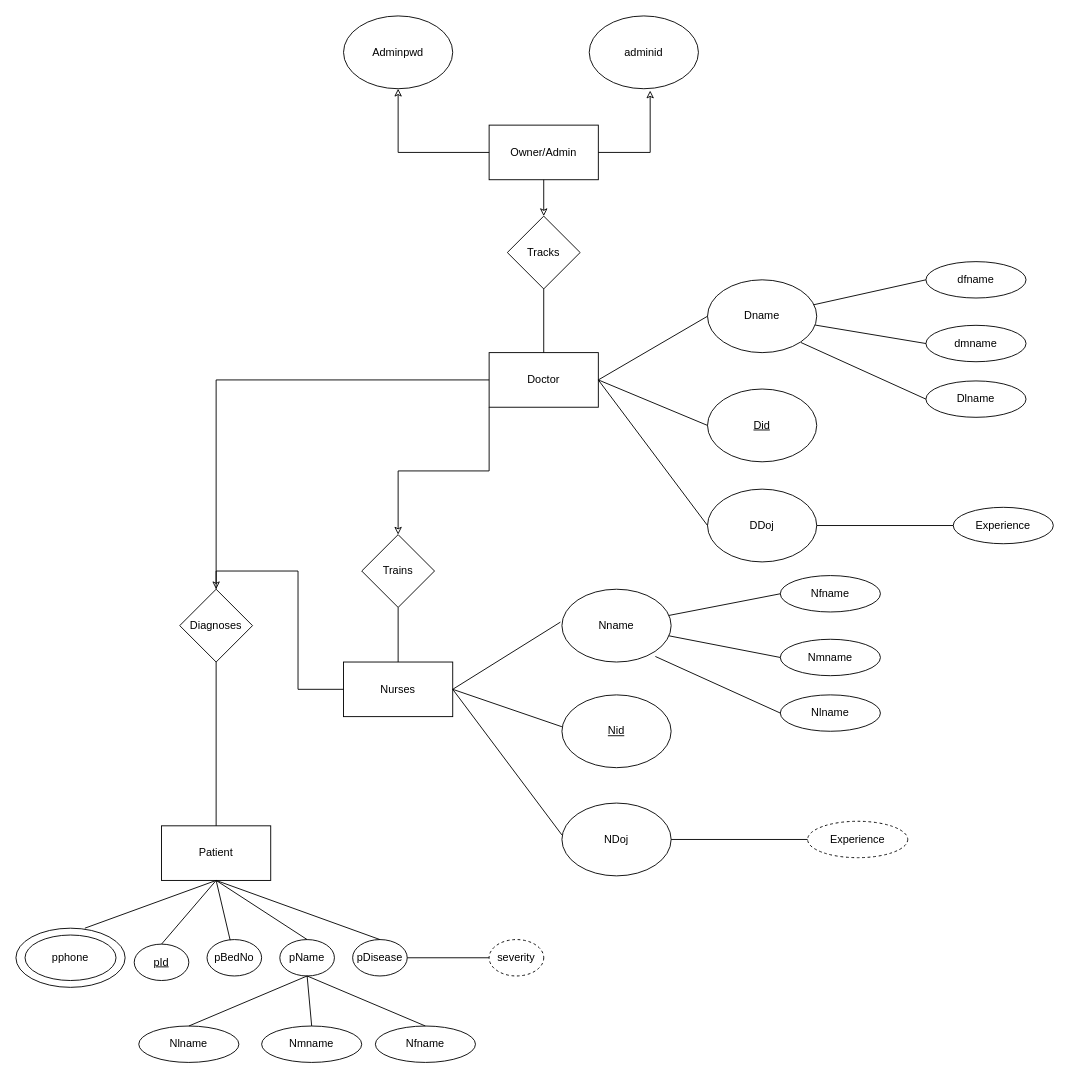
Above: ER-02.drawio in AdityaLawate/CP-C-31 (draw.io), before the change. Source tidied: cells renumbered, new cells numbered last; positions are measured from the earlier drawing's top-left corner, leaving out a move shared by most shapes. Both pictures are drawn from the tidied source at 91%, with x=0, y=0 at pixel (15, 15).
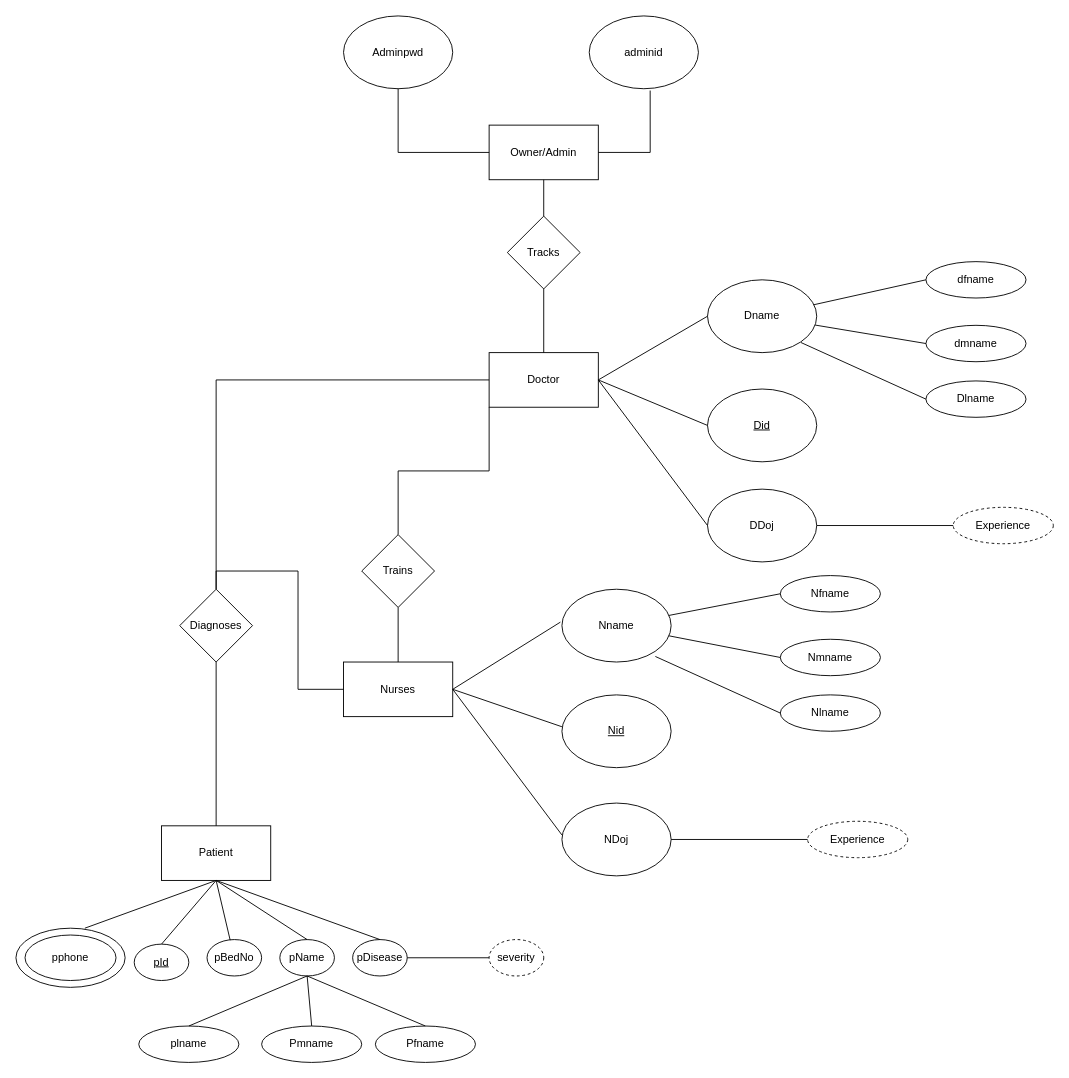
After the change.

Unchanged cells that the change refers to:
```xml
<mxCell id="2" value="Trains" style="rhombus;whiteSpace=wrap;html=1;fillOpacity=0;" parent="1" vertex="1">
  <mxGeometry x="380" y="570" width="80" height="80" as="geometry" />
</mxCell>
<mxCell id="6" value="Owner/Admin" style="rounded=0;whiteSpace=wrap;html=1;fillOpacity=0;" parent="1" vertex="1">
  <mxGeometry x="520" y="120" width="120" height="60" as="geometry" />
</mxCell>
<mxCell id="7" value="Adminpwd" style="ellipse;whiteSpace=wrap;html=1;fillOpacity=0;" parent="1" vertex="1">
  <mxGeometry x="360" width="120" height="80" as="geometry" />
</mxCell>
<mxCell id="8" value="adminid" style="ellipse;whiteSpace=wrap;html=1;fillOpacity=0;" parent="1" vertex="1">
  <mxGeometry x="630" width="120" height="80" as="geometry" />
</mxCell>
<mxCell id="9" value="Tracks" style="rhombus;whiteSpace=wrap;html=1;fillOpacity=0;" parent="1" vertex="1">
  <mxGeometry x="540" y="220" width="80" height="80" as="geometry" />
</mxCell>
<mxCell id="11" value="Doctor" style="rounded=0;whiteSpace=wrap;html=1;fillOpacity=0;" parent="1" vertex="1">
  <mxGeometry x="520" y="370" width="120" height="60" as="geometry" />
</mxCell>
<mxCell id="28" value="Nurses" style="rounded=0;whiteSpace=wrap;html=1;fillOpacity=0;" parent="1" vertex="1">
  <mxGeometry x="360" y="710" width="120" height="60" as="geometry" />
</mxCell>
<mxCell id="46" value="Diagnoses" style="rhombus;whiteSpace=wrap;html=1;fillOpacity=0;" parent="1" vertex="1">
  <mxGeometry x="180" y="630" width="80" height="80" as="geometry" />
</mxCell>
```

Diff of the diagram source:
```diff
@@
-    <mxCell id="3" style="edgeStyle=orthogonalEdgeStyle;rounded=0;jettySize=auto;html=1;fillOpacity=0;" parent="1" edge="1" source="6" target="7">
+    <mxCell id="3" style="edgeStyle=orthogonalEdgeStyle;rounded=0;jettySize=auto;html=1;fillOpacity=0;endArrow=none;endFill=0;" parent="1" edge="1" source="6" target="7">
       <mxGeometry relative="1" as="geometry" />
     </mxCell>
-    <mxCell id="4" style="edgeStyle=orthogonalEdgeStyle;rounded=0;jettySize=auto;html=1;exitX=1;exitY=0.5;exitDx=0;exitDy=0;entryX=0.558;entryY=1.025;entryDx=0;entryDy=0;entryPerimeter=0;fillOpacity=0;" parent="1" edge="1" source="6" target="8">
+    <mxCell id="4" style="edgeStyle=orthogonalEdgeStyle;rounded=0;jettySize=auto;html=1;exitX=1;exitY=0.5;exitDx=0;exitDy=0;entryX=0.558;entryY=1.025;entryDx=0;entryDy=0;entryPerimeter=0;fillOpacity=0;endArrow=none;endFill=0;" parent="1" edge="1" source="6" target="8">
       <mxGeometry relative="1" as="geometry" />
     </mxCell>
-    <mxCell id="5" style="edgeStyle=orthogonalEdgeStyle;rounded=0;jettySize=auto;html=1;exitX=0.5;exitY=1;exitDx=0;exitDy=0;fillOpacity=0;" parent="1" edge="1" source="6" target="9">
+    <mxCell id="5" style="edgeStyle=orthogonalEdgeStyle;rounded=0;jettySize=auto;html=1;exitX=0.5;exitY=1;exitDx=0;exitDy=0;fillOpacity=0;endArrow=none;endFill=0;" parent="1" edge="1" source="6" target="9">
       <mxGeometry relative="1" as="geometry" />
     </mxCell>
@@
-    <mxCell id="10" style="edgeStyle=orthogonalEdgeStyle;rounded=0;jettySize=auto;html=1;exitX=0;exitY=1;exitDx=0;exitDy=0;entryX=0.5;entryY=0;entryDx=0;entryDy=0;fillOpacity=0;" parent="1" edge="1" source="11" target="2">
+    <mxCell id="10" style="edgeStyle=orthogonalEdgeStyle;rounded=0;jettySize=auto;html=1;exitX=0;exitY=1;exitDx=0;exitDy=0;entryX=0.5;entryY=0;entryDx=0;entryDy=0;fillOpacity=0;endArrow=none;endFill=0;" parent="1" edge="1" source="11" target="2">
       <mxGeometry relative="1" as="geometry" />
     </mxCell>
@@
-    <mxCell id="20" value="&lt;span style=&quot;font-weight: normal;&quot;&gt;Experience&lt;/span&gt;" style="ellipse;whiteSpace=wrap;html=1;startSize=30;fontStyle=1;fillOpacity=0;" parent="1" vertex="1">
+    <mxCell id="20" value="&lt;span style=&quot;font-weight: normal;&quot;&gt;Experience&lt;/span&gt;" style="ellipse;whiteSpace=wrap;html=1;startSize=30;fontStyle=1;fillOpacity=0;dashed=1;" parent="1" vertex="1">
       <mxGeometry x="1030" y="540" width="110" height="40" as="geometry" />
     </mxCell>
@@
-    <mxCell id="27" style="edgeStyle=orthogonalEdgeStyle;rounded=0;jettySize=auto;html=1;exitX=0;exitY=0.5;exitDx=0;exitDy=0;entryX=0.5;entryY=0;entryDx=0;entryDy=0;fillOpacity=0;" parent="1" edge="1" source="28" target="46">
+    <mxCell id="27" style="edgeStyle=orthogonalEdgeStyle;rounded=0;jettySize=auto;html=1;exitX=0;exitY=0.5;exitDx=0;exitDy=0;entryX=0.5;entryY=0;entryDx=0;entryDy=0;fillOpacity=0;endArrow=none;endFill=0;" parent="1" edge="1" source="28" target="46">
       <mxGeometry relative="1" as="geometry" />
     </mxCell>
@@
-    <mxCell id="58" value="pName" style="ellipse;whiteSpace=wrap;html=1;fontColor=#000000;fillOpacity=0;" parent="1" vertex="1">
+    <mxCell id="58" value="pName" style="ellipse;whiteSpace=wrap;html=1;fontColor=default;fillOpacity=0;" parent="1" vertex="1">
       <mxGeometry x="290" y="1015" width="60" height="40" as="geometry" />
     </mxCell>
-    <mxCell id="59" value="pDisease" style="ellipse;whiteSpace=wrap;html=1;fontColor=#000000;fillOpacity=0;" parent="1" vertex="1">
+    <mxCell id="59" value="pDisease" style="ellipse;whiteSpace=wrap;html=1;fontColor=default;fillOpacity=0;" parent="1" vertex="1">
       <mxGeometry x="370" y="1015" width="60" height="40" as="geometry" />
     </mxCell>
-    <mxCell id="60" value="&lt;span style=&quot;font-weight: normal;&quot;&gt;Nfname&lt;/span&gt;" style="ellipse;whiteSpace=wrap;html=1;startSize=30;fontStyle=1;fillOpacity=0;" parent="1" vertex="1">
+    <mxCell id="60" value="&lt;span style=&quot;font-weight: normal;&quot;&gt;Pfname&lt;/span&gt;" style="ellipse;whiteSpace=wrap;html=1;startSize=30;fontStyle=1;fillOpacity=0;" parent="1" vertex="1">
       <mxGeometry x="395" y="1110" width="110" height="40" as="geometry" />
     </mxCell>
-    <mxCell id="61" value="&lt;span style=&quot;font-weight: normal;&quot;&gt;Nmname&lt;/span&gt;" style="ellipse;whiteSpace=wrap;html=1;startSize=30;fontStyle=1;fillOpacity=0;" parent="1" vertex="1">
+    <mxCell id="61" value="&lt;span style=&quot;font-weight: normal;&quot;&gt;Pmname&lt;/span&gt;" style="ellipse;whiteSpace=wrap;html=1;startSize=30;fontStyle=1;fillOpacity=0;" parent="1" vertex="1">
       <mxGeometry x="270" y="1110" width="110" height="40" as="geometry" />
     </mxCell>
-    <mxCell id="62" value="&lt;span style=&quot;font-weight: normal;&quot;&gt;Nlname&lt;/span&gt;" style="ellipse;whiteSpace=wrap;html=1;startSize=30;fontStyle=1;fillOpacity=0;" parent="1" vertex="1">
+    <mxCell id="62" value="&lt;span style=&quot;font-weight: normal;&quot;&gt;plname&lt;/span&gt;" style="ellipse;whiteSpace=wrap;html=1;startSize=30;fontStyle=1;fillOpacity=0;" parent="1" vertex="1">
       <mxGeometry x="135" y="1110" width="110" height="40" as="geometry" />
     </mxCell>
@@
-    <mxCell id="67" value="severity" style="ellipse;whiteSpace=wrap;html=1;fontColor=#000000;dashed=1;fillOpacity=0;" parent="1" vertex="1">
+    <mxCell id="67" value="severity" style="ellipse;whiteSpace=wrap;html=1;fontColor=default;dashed=1;fillOpacity=0;" parent="1" vertex="1">
       <mxGeometry x="520" y="1015" width="60" height="40" as="geometry" />
     </mxCell>
```
